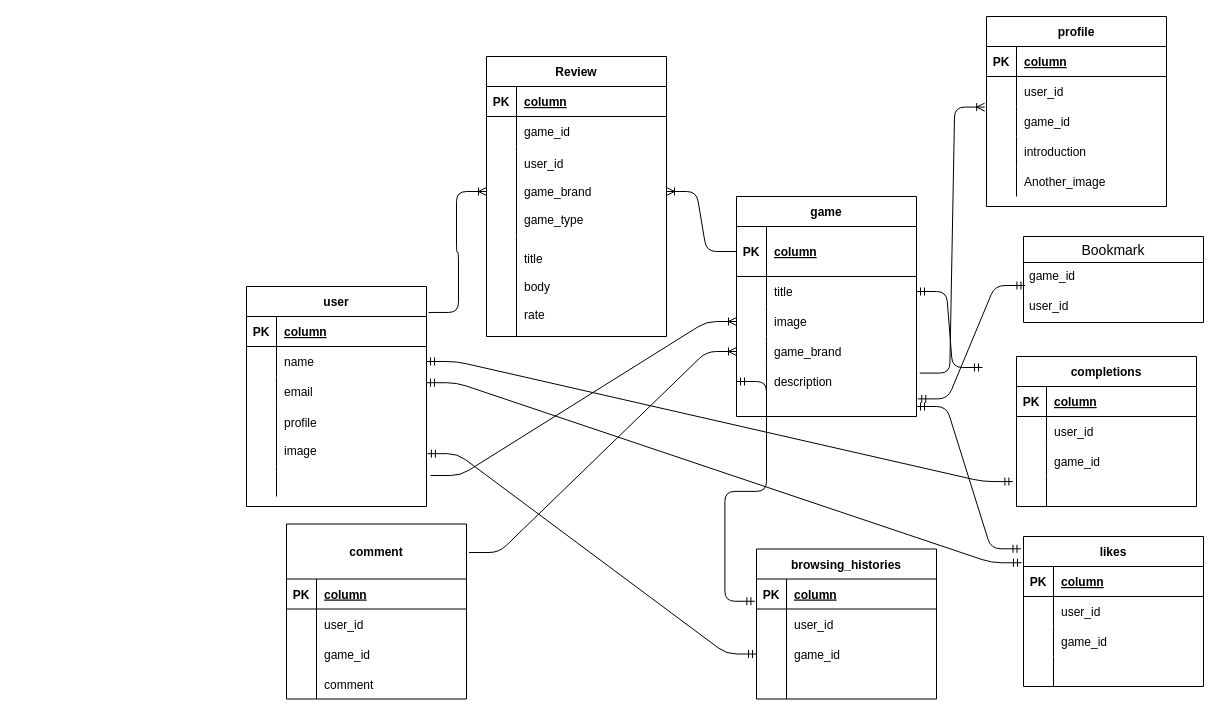
The draw.io diagram websiteapp.dio in Nozomu-Ishikawa/websiteapp, before the edit. Source tidied: cells renumbered, new cells numbered last; positions are measured from the earlier drawing's top-left corner, leaving out a move shared by most shapes. Both pictures are drawn from the tidied source at 100%, with x=0, y=0 at pixel (246, 16).
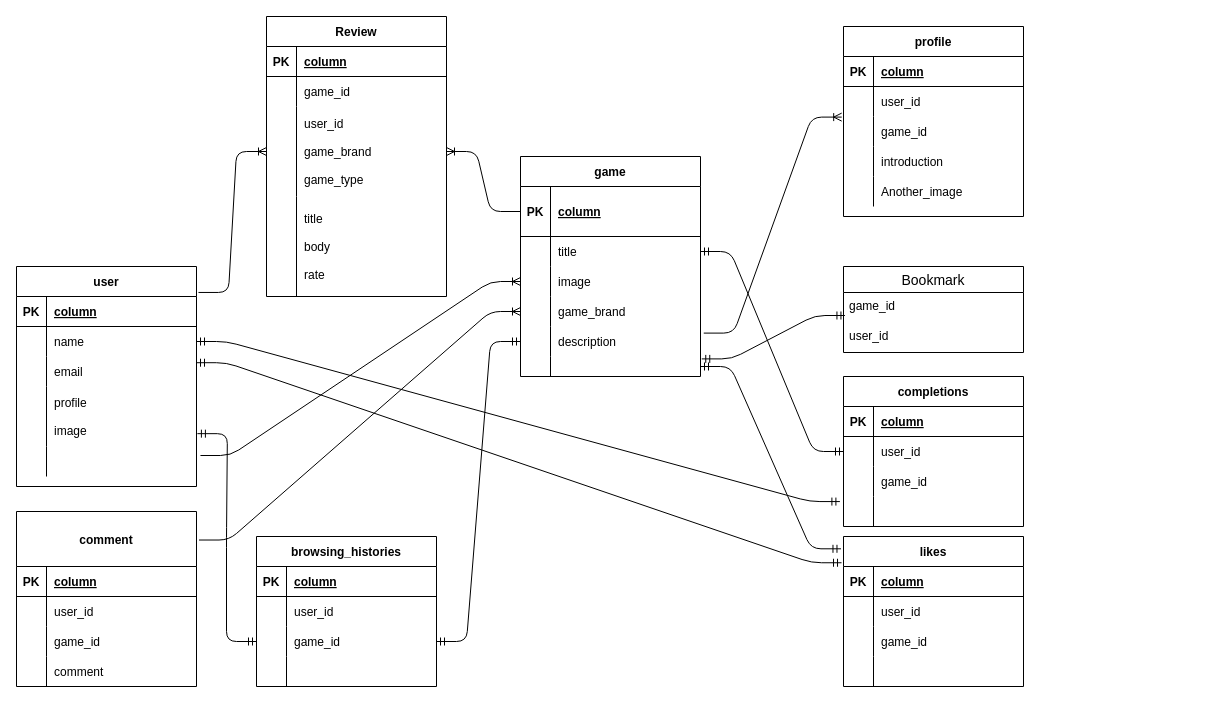
The same diagram, later.

The change refers to these unchanged cells:
```xml
<mxCell id="22" style="shape=partialRectangle;fillColor=none;top=0;left=0;bottom=0;right=0;points=[[0,0.5],[1,0.5]];portConstraint=eastwest;" parent="18" vertex="1">
  <mxGeometry y="80" width="180" height="30" as="geometry" />
</mxCell>
<mxCell id="31" style="shape=partialRectangle;fillColor=none;top=0;left=0;bottom=0;right=0;points=[[0,0.5],[1,0.5]];portConstraint=eastwest;" parent="18" vertex="1">
  <mxGeometry y="170" width="180" height="30" as="geometry" />
</mxCell>
<mxCell id="84" style="shape=partialRectangle;fillColor=none;top=0;left=0;bottom=1;right=0;points=[[0,0.5],[1,0.5]];portConstraint=eastwest;" parent="83" vertex="1">
  <mxGeometry y="30" width="180" height="30" as="geometry" />
</mxCell>
<mxCell id="90" style="shape=partialRectangle;fillColor=none;top=0;left=0;bottom=0;right=0;points=[[0,0.5],[1,0.5]];portConstraint=eastwest;" parent="83" vertex="1">
  <mxGeometry y="90" width="180" height="30" as="geometry" />
</mxCell>
<mxCell id="122" style="shape=partialRectangle;fillColor=none;top=0;left=0;bottom=0;right=0;points=[[0,0.5],[1,0.5]];portConstraint=eastwest;" parent="118" vertex="1">
  <mxGeometry y="60" width="180" height="30" as="geometry" />
</mxCell>
```

What changed in the source:
```diff
@@
     <mxCell id="2" value="user" style="shape=table;startSize=30;childLayout=tableLayout;rowLines=0;fontStyle=1;align=center;" parent="1" vertex="1">
-      <mxGeometry y="270" width="180" height="220" as="geometry" />
+      <mxGeometry x="-230" y="250" width="180" height="220" as="geometry" />
     </mxCell>
@@
     <mxCell id="18" value="game" style="shape=table;startSize=30;childLayout=tableLayout;rowLines=0;fontStyle=1;align=center;" parent="1" vertex="1">
-      <mxGeometry x="490" y="180" width="180" height="220" as="geometry" />
+      <mxGeometry x="274" y="140" width="180" height="220" as="geometry" />
     </mxCell>
@@
     <mxCell id="37" value="comment" style="shape=table;startSize=55;childLayout=tableLayout;rowLines=0;fontStyle=1;align=center;" parent="1" vertex="1">
-      <mxGeometry x="40" y="507.5" width="180" height="175" as="geometry" />
+      <mxGeometry x="-230" y="495" width="180" height="175" as="geometry" />
     </mxCell>
@@
     <mxCell id="50" value="profile" style="shape=table;startSize=30;childLayout=tableLayout;rowLines=0;fontStyle=1;align=center;" parent="1" vertex="1">
-      <mxGeometry x="740" width="180" height="190" as="geometry" />
+      <mxGeometry x="597" y="10" width="180" height="190" as="geometry" />
     </mxCell>
@@
     <mxCell id="69" value="Review" style="shape=table;startSize=30;childLayout=tableLayout;rowLines=0;fontStyle=1;align=center;" parent="1" vertex="1">
-      <mxGeometry x="240" y="40" width="180" height="280" as="geometry" />
+      <mxGeometry x="20" width="180" height="280" as="geometry" />
     </mxCell>
@@
     <mxCell id="83" value="browsing_histories" style="shape=table;startSize=30;childLayout=tableLayout;rowLines=0;fontStyle=1;align=center;" parent="1" vertex="1">
-      <mxGeometry x="510" y="532.5" width="180" height="150" as="geometry" />
+      <mxGeometry x="10" y="520" width="180" height="150" as="geometry" />
     </mxCell>
@@
     <mxCell id="97" value="Bookmark" style="swimlane;fontStyle=0;horizontal=1;startSize=26;align=center;fontSize=14;" parent="1" vertex="1">
-      <mxGeometry x="777" y="220" width="180" height="86" as="geometry" />
+      <mxGeometry x="597" y="250" width="180" height="86" as="geometry" />
     </mxCell>
@@
     <mxCell id="101" value="likes" style="shape=table;startSize=30;childLayout=tableLayout;rowLines=0;fontStyle=1;align=center;" parent="1" vertex="1">
-      <mxGeometry x="777" y="520" width="180" height="150" as="geometry" />
+      <mxGeometry x="597" y="520" width="180" height="150" as="geometry" />
     </mxCell>
@@
-    <mxCell id="115" style="edgeStyle=entityRelationEdgeStyle;fontSize=12;html=1;endArrow=ERmandOne;startArrow=ERmandOne;exitX=-0.009;exitY=0.742;exitDx=0;exitDy=0;entryX=0;entryY=0.5;entryDx=0;entryDy=0;exitPerimeter=0;" parent="1" edge="1" source="84" target="31">
+    <mxCell id="115" style="edgeStyle=entityRelationEdgeStyle;fontSize=12;html=1;endArrow=ERmandOne;startArrow=ERmandOne;exitX=1;exitY=0.5;exitDx=0;exitDy=0;entryX=0;entryY=0.5;entryDx=0;entryDy=0;" parent="1" edge="1" source="90" target="31">
       <mxGeometry relative="1" as="geometry" />
     </mxCell>
@@
     <mxCell id="118" value="completions" style="shape=table;startSize=30;childLayout=tableLayout;rowLines=0;fontStyle=1;align=center;" parent="1" vertex="1">
-      <mxGeometry x="770" y="340" width="180" height="150" as="geometry" />
+      <mxGeometry x="597" y="360" width="180" height="150" as="geometry" />
     </mxCell>
@@
-    <mxCell id="132" style="edgeStyle=entityRelationEdgeStyle;fontSize=12;html=1;endArrow=ERmandOne;startArrow=ERmandOne;exitX=1;exitY=0.5;exitDx=0;exitDy=0;" parent="1" edge="1" source="22">
-      <mxGeometry relative="1" as="geometry">
-        <mxPoint x="736" y="351" as="targetPoint" />
-      </mxGeometry>
+    <mxCell id="132" style="edgeStyle=entityRelationEdgeStyle;fontSize=12;html=1;endArrow=ERmandOne;startArrow=ERmandOne;exitX=1;exitY=0.5;exitDx=0;exitDy=0;entryX=0;entryY=0.5;entryDx=0;entryDy=0;" parent="1" edge="1" source="22" target="122">
+      <mxGeometry relative="1" as="geometry" />
     </mxCell>
```
